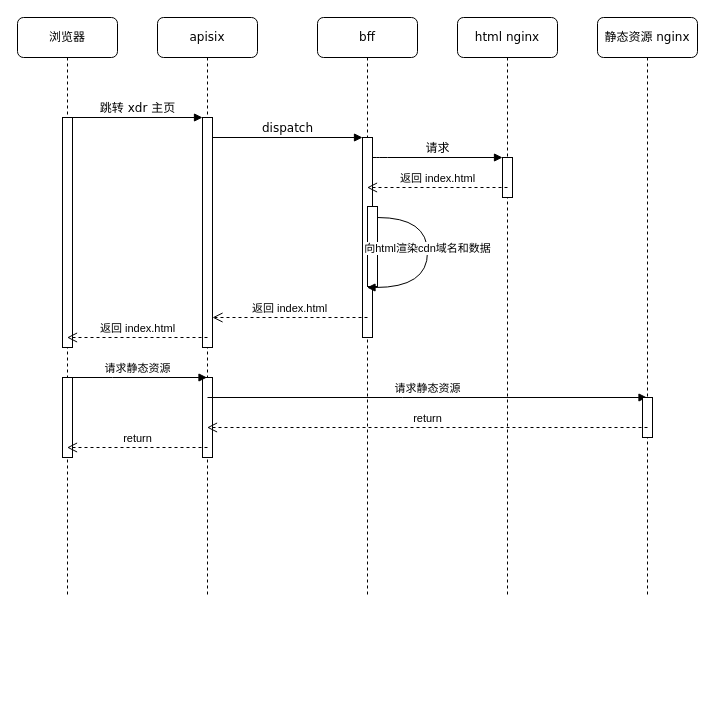
doukangtai/draw.io keeps this draw.io diagram as sxf-front-end-optimize-publish/saas dev 前端调用链路.drawio. Above is the earlier version. Source tidied: cells renumbered, new cells numbered last; positions are measured from the earlier drawing's top-left corner, leaving out a move shared by most shapes. Both pictures are drawn from the tidied source at 100%, with x=0, y=0 at pixel (17, 17).
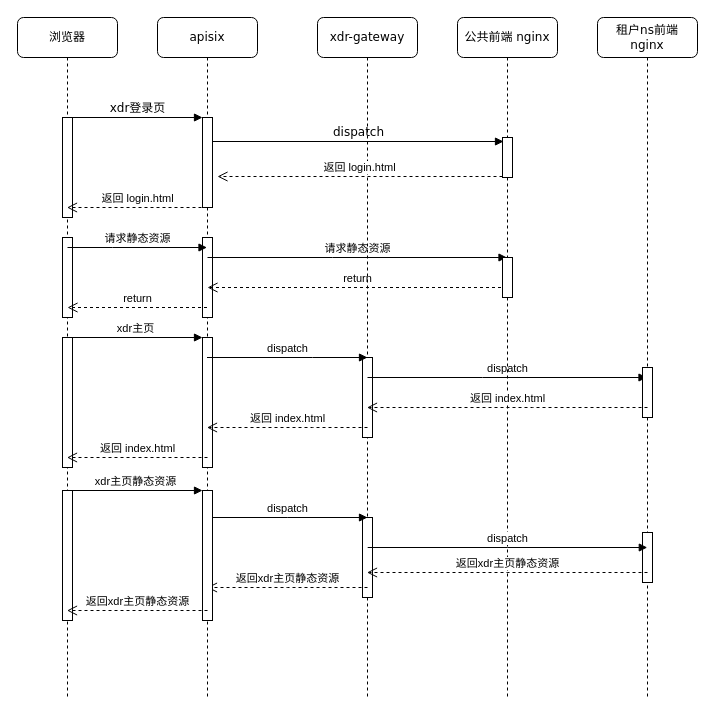
The same diagram, later.

Commit message:
V1更新saas dev 前端调用链路.drawio

What changed in the source:
```diff
@@
     <mxCell id="2" value="apisix" style="shape=umlLifeline;perimeter=lifelinePerimeter;whiteSpace=wrap;html=1;outlineConnect=0;rounded=1;shadow=0;comic=0;labelBackgroundColor=none;strokeWidth=1;fontFamily=Verdana;fontSize=12;align=center;" parent="1" vertex="1">
-      <mxGeometry x="140" width="100" height="580" as="geometry" />
+      <mxGeometry x="140" width="100" height="680" as="geometry" />
     </mxCell>
     <mxCell id="3" style="html=1;points=[];perimeter=orthogonalPerimeter;rounded=0;shadow=0;comic=0;labelBackgroundColor=none;strokeWidth=1;fontFamily=Verdana;fontSize=12;align=center;" parent="2" vertex="1">
-      <mxGeometry x="45" y="100" width="10" height="230" as="geometry" />
+      <mxGeometry x="45" y="100" width="10" height="90" as="geometry" />
     </mxCell>
-    <mxCell id="4" style="html=1;points=[];perimeter=orthogonalPerimeter;outlineConnect=0;targetShapes=umlLifeline;portConstraint=eastwest;newEdgeStyle={&quot;edgeStyle&quot;:&quot;elbowEdgeStyle&quot;,&quot;elbow&quot;:&quot;vertical&quot;,&quot;curved&quot;:0,&quot;rounded&quot;:0};" parent="2" vertex="1">
-      <mxGeometry x="45" y="360" width="10" height="80" as="geometry" />
-    </mxCell>
-    <mxCell id="5" value="请求静态资源" style="html=1;verticalAlign=bottom;endArrow=block;edgeStyle=elbowEdgeStyle;elbow=vertical;curved=0;rounded=0;" parent="2" edge="1" target="11">
-      <mxGeometry relative="1" as="geometry">
-        <mxPoint x="50" y="380" as="sourcePoint" />
-      </mxGeometry>
-    </mxCell>
+    <mxCell id="26" style="html=1;perimeter=orthogonalPerimeter;targetShapes=umlLifeline;newEdgeStyle={&quot;edgeStyle&quot;:&quot;elbowEdgeStyle&quot;,&quot;elbow&quot;:&quot;vertical&quot;,&quot;curved&quot;:0,&quot;rounded&quot;:0};" parent="2" vertex="1">
+      <mxGeometry x="45" y="220" width="10" height="80" as="geometry" />
+    </mxCell>
+    <mxCell id="27" value="请求静态资源" style="html=1;verticalAlign=bottom;endArrow=block;edgeStyle=elbowEdgeStyle;elbow=vertical;curved=0;rounded=0;" parent="2" edge="1" target="10">
+      <mxGeometry relative="1" as="geometry">
+        <mxPoint x="50" y="240" as="sourcePoint" />
+      </mxGeometry>
+    </mxCell>
+    <mxCell id="28" value="return" style="html=1;verticalAlign=bottom;endArrow=open;dashed=1;endSize=8;edgeStyle=elbowEdgeStyle;elbow=vertical;curved=0;rounded=0;" parent="2" edge="1" source="10">
+      <mxGeometry relative="1" as="geometry">
+        <mxPoint x="50" y="270" as="targetPoint" />
+      </mxGeometry>
+    </mxCell>
-    <mxCell id="6" value="bff" style="shape=umlLifeline;perimeter=lifelinePerimeter;whiteSpace=wrap;html=1;outlineConnect=0;rounded=1;shadow=0;comic=0;labelBackgroundColor=none;strokeWidth=1;fontFamily=Verdana;fontSize=12;align=center;" parent="1" vertex="1">
-      <mxGeometry x="300" width="100" height="580" as="geometry" />
+    <mxCell id="6" value="xdr-gateway" style="shape=umlLifeline;perimeter=lifelinePerimeter;whiteSpace=wrap;html=1;outlineConnect=0;rounded=1;shadow=0;comic=0;labelBackgroundColor=none;strokeWidth=1;fontFamily=Verdana;fontSize=12;align=center;" parent="1" vertex="1">
+      <mxGeometry x="300" width="100" height="680" as="geometry" />
     </mxCell>
-    <mxCell id="7" style="html=1;points=[];perimeter=orthogonalPerimeter;rounded=0;shadow=0;comic=0;labelBackgroundColor=none;strokeWidth=1;fontFamily=Verdana;fontSize=12;align=center;" parent="6" vertex="1">
-      <mxGeometry x="45" y="120" width="10" height="200" as="geometry" />
-    </mxCell>
-    <mxCell id="8" style="html=1;perimeter=orthogonalPerimeter;targetShapes=umlLifeline;newEdgeStyle={&quot;edgeStyle&quot;:&quot;elbowEdgeStyle&quot;,&quot;elbow&quot;:&quot;vertical&quot;,&quot;curved&quot;:0,&quot;rounded&quot;:0};" parent="6" vertex="1">
-      <mxGeometry x="50" y="189" width="10" height="80" as="geometry" />
-    </mxCell>
-    <mxCell id="9" value="向html渲染cdn域名和数据" style="html=1;verticalAlign=bottom;endArrow=block;edgeStyle=orthogonalEdgeStyle;elbow=vertical;curved=1;" parent="6" edge="1" target="6">
-      <mxGeometry relative="1" as="geometry">
-        <mxPoint x="60" y="200" as="sourcePoint" />
-        <Array as="points">
-          <mxPoint x="110" y="200" />
-          <mxPoint x="110" y="270" />
-        </Array>
-      </mxGeometry>
-    </mxCell>
+    <mxCell id="29" style="html=1;perimeter=orthogonalPerimeter;targetShapes=umlLifeline;newEdgeStyle={&quot;edgeStyle&quot;:&quot;elbowEdgeStyle&quot;,&quot;elbow&quot;:&quot;vertical&quot;,&quot;curved&quot;:0,&quot;rounded&quot;:0};" parent="6" vertex="1">
+      <mxGeometry x="45" y="340" width="10" height="80" as="geometry" />
+    </mxCell>
+    <mxCell id="30" value="dispatch" style="html=1;verticalAlign=bottom;endArrow=block;edgeStyle=elbowEdgeStyle;elbow=vertical;curved=0;rounded=0;" parent="6" edge="1" target="11">
+      <mxGeometry relative="1" as="geometry">
+        <mxPoint x="50" y="360" as="sourcePoint" />
+      </mxGeometry>
+    </mxCell>
+    <mxCell id="31" style="html=1;perimeter=orthogonalPerimeter;targetShapes=umlLifeline;newEdgeStyle={&quot;edgeStyle&quot;:&quot;elbowEdgeStyle&quot;,&quot;elbow&quot;:&quot;vertical&quot;,&quot;curved&quot;:0,&quot;rounded&quot;:0};" parent="6" vertex="1">
+      <mxGeometry x="45" y="500" width="10" height="80" as="geometry" />
+    </mxCell>
+    <mxCell id="32" value="dispatch" style="html=1;verticalAlign=bottom;endArrow=block;edgeStyle=elbowEdgeStyle;elbow=vertical;curved=0;rounded=0;" parent="6" edge="1">
+      <mxGeometry relative="1" as="geometry">
+        <mxPoint x="-110.5" y="500" as="sourcePoint" />
+        <mxPoint x="50" y="500" as="targetPoint" />
+      </mxGeometry>
+    </mxCell>
+    <mxCell id="33" value="返回xdr主页静态资源" style="html=1;verticalAlign=bottom;endArrow=open;dashed=1;endSize=8;edgeStyle=elbowEdgeStyle;elbow=vertical;curved=0;rounded=0;" parent="6" edge="1">
+      <mxGeometry relative="1" as="geometry">
+        <mxPoint x="50" y="570" as="sourcePoint" />
+        <mxPoint x="-110.5" y="570" as="targetPoint" />
+      </mxGeometry>
+    </mxCell>
-    <mxCell id="10" value="html nginx" style="shape=umlLifeline;perimeter=lifelinePerimeter;whiteSpace=wrap;html=1;outlineConnect=0;rounded=1;shadow=0;comic=0;labelBackgroundColor=none;strokeWidth=1;fontFamily=Verdana;fontSize=12;align=center;" parent="1" vertex="1">
-      <mxGeometry x="440" width="100" height="580" as="geometry" />
+    <mxCell id="10" value="公共前端 nginx" style="shape=umlLifeline;perimeter=lifelinePerimeter;whiteSpace=wrap;html=1;outlineConnect=0;rounded=1;shadow=0;comic=0;labelBackgroundColor=none;strokeWidth=1;fontFamily=Verdana;fontSize=12;align=center;" parent="1" vertex="1">
+      <mxGeometry x="440" width="100" height="680" as="geometry" />
     </mxCell>
+    <mxCell id="17" style="html=1;points=[];perimeter=orthogonalPerimeter;rounded=0;shadow=0;comic=0;labelBackgroundColor=none;strokeWidth=1;fontFamily=Verdana;fontSize=12;align=center;" parent="10" vertex="1">
+      <mxGeometry x="45" y="120" width="10" height="40" as="geometry" />
+    </mxCell>
+    <mxCell id="34" style="html=1;perimeter=orthogonalPerimeter;targetShapes=umlLifeline;newEdgeStyle={&quot;edgeStyle&quot;:&quot;elbowEdgeStyle&quot;,&quot;elbow&quot;:&quot;vertical&quot;,&quot;curved&quot;:0,&quot;rounded&quot;:0};" parent="10" vertex="1">
+      <mxGeometry x="45" y="240" width="10" height="40" as="geometry" />
+    </mxCell>
-    <mxCell id="11" value="静态资源 nginx" style="shape=umlLifeline;perimeter=lifelinePerimeter;whiteSpace=wrap;html=1;outlineConnect=0;rounded=1;shadow=0;comic=0;labelBackgroundColor=none;strokeWidth=1;fontFamily=Verdana;fontSize=12;align=center;" parent="1" vertex="1">
-      <mxGeometry x="580" width="100" height="580" as="geometry" />
+    <mxCell id="11" value="租户ns前端 nginx" style="shape=umlLifeline;perimeter=lifelinePerimeter;whiteSpace=wrap;html=1;outlineConnect=0;rounded=1;shadow=0;comic=0;labelBackgroundColor=none;strokeWidth=1;fontFamily=Verdana;fontSize=12;align=center;" parent="1" vertex="1">
+      <mxGeometry x="580" width="100" height="680" as="geometry" />
     </mxCell>
-    <mxCell id="12" style="html=1;perimeter=orthogonalPerimeter;targetShapes=umlLifeline;newEdgeStyle={&quot;edgeStyle&quot;:&quot;elbowEdgeStyle&quot;,&quot;elbow&quot;:&quot;vertical&quot;,&quot;curved&quot;:0,&quot;rounded&quot;:0};" parent="11" vertex="1">
-      <mxGeometry x="45" y="380" width="10" height="40" as="geometry" />
-    </mxCell>
+    <mxCell id="35" style="html=1;perimeter=orthogonalPerimeter;targetShapes=umlLifeline;newEdgeStyle={&quot;edgeStyle&quot;:&quot;elbowEdgeStyle&quot;,&quot;elbow&quot;:&quot;vertical&quot;,&quot;curved&quot;:0,&quot;rounded&quot;:0};" parent="11" vertex="1">
+      <mxGeometry x="45" y="350" width="10" height="50" as="geometry" />
+    </mxCell>
+    <mxCell id="36" style="html=1;perimeter=orthogonalPerimeter;targetShapes=umlLifeline;newEdgeStyle={&quot;edgeStyle&quot;:&quot;elbowEdgeStyle&quot;,&quot;elbow&quot;:&quot;vertical&quot;,&quot;curved&quot;:0,&quot;rounded&quot;:0};" parent="11" vertex="1">
+      <mxGeometry x="45" y="515" width="10" height="50" as="geometry" />
+    </mxCell>
+    <mxCell id="37" value="返回xdr主页静态资源" style="html=1;verticalAlign=bottom;endArrow=open;dashed=1;endSize=8;edgeStyle=elbowEdgeStyle;elbow=vertical;curved=0;rounded=0;" parent="11" edge="1">
+      <mxGeometry relative="1" as="geometry">
+        <mxPoint x="50" y="555" as="sourcePoint" />
+        <mxPoint x="-230.5" y="555" as="targetPoint" />
+      </mxGeometry>
+    </mxCell>
     <mxCell id="13" value="浏览器" style="shape=umlLifeline;perimeter=lifelinePerimeter;whiteSpace=wrap;html=1;outlineConnect=0;rounded=1;shadow=0;comic=0;labelBackgroundColor=none;strokeWidth=1;fontFamily=Verdana;fontSize=12;align=center;" parent="1" vertex="1">
-      <mxGeometry width="100" height="580" as="geometry" />
+      <mxGeometry width="100" height="680" as="geometry" />
     </mxCell>
     <mxCell id="14" style="html=1;points=[];perimeter=orthogonalPerimeter;rounded=0;shadow=0;comic=0;labelBackgroundColor=none;strokeWidth=1;fontFamily=Verdana;fontSize=12;align=center;" parent="13" vertex="1">
-      <mxGeometry x="45" y="100" width="10" height="230" as="geometry" />
+      <mxGeometry x="45" y="100" width="10" height="100" as="geometry" />
     </mxCell>
     <mxCell id="15" style="html=1;perimeter=orthogonalPerimeter;targetShapes=umlLifeline;newEdgeStyle={&quot;edgeStyle&quot;:&quot;elbowEdgeStyle&quot;,&quot;elbow&quot;:&quot;vertical&quot;,&quot;curved&quot;:0,&quot;rounded&quot;:0};" parent="13" vertex="1">
-      <mxGeometry x="45" y="360" width="10" height="80" as="geometry" />
+      <mxGeometry x="45" y="320" width="10" height="130" as="geometry" />
     </mxCell>
-    <mxCell id="16" value="请求静态资源" style="html=1;verticalAlign=bottom;endArrow=block;edgeStyle=elbowEdgeStyle;elbow=vertical;curved=0;rounded=0;" parent="13" edge="1" target="2">
-      <mxGeometry relative="1" as="geometry">
-        <mxPoint x="50" y="360" as="sourcePoint" />
-      </mxGeometry>
-    </mxCell>
-    <mxCell id="17" style="html=1;points=[];perimeter=orthogonalPerimeter;rounded=0;shadow=0;comic=0;labelBackgroundColor=none;strokeWidth=1;fontFamily=Verdana;fontSize=12;align=center;" parent="1" vertex="1">
-      <mxGeometry x="485" y="140" width="10" height="40" as="geometry" />
-    </mxCell>
-    <mxCell id="18" value="请求" style="html=1;verticalAlign=bottom;endArrow=block;labelBackgroundColor=none;fontFamily=Verdana;fontSize=12;edgeStyle=elbowEdgeStyle;elbow=vertical;" parent="1" edge="1" source="7" target="17">
-      <mxGeometry relative="1" as="geometry">
-        <Array as="points">
-          <mxPoint x="360" y="140" />
-        </Array>
-      </mxGeometry>
-    </mxCell>
+    <mxCell id="38" style="html=1;perimeter=orthogonalPerimeter;targetShapes=umlLifeline;newEdgeStyle={&quot;edgeStyle&quot;:&quot;elbowEdgeStyle&quot;,&quot;elbow&quot;:&quot;vertical&quot;,&quot;curved&quot;:0,&quot;rounded&quot;:0};" parent="13" vertex="1">
+      <mxGeometry x="45" y="220" width="10" height="80" as="geometry" />
+    </mxCell>
+    <mxCell id="39" value="请求静态资源" style="html=1;verticalAlign=bottom;endArrow=block;edgeStyle=elbowEdgeStyle;elbow=vertical;curved=0;rounded=0;" parent="13" edge="1" target="2">
+      <mxGeometry relative="1" as="geometry">
+        <mxPoint x="50" y="230" as="sourcePoint" />
+      </mxGeometry>
+    </mxCell>
+    <mxCell id="40" value="return" style="html=1;verticalAlign=bottom;endArrow=open;dashed=1;endSize=8;edgeStyle=elbowEdgeStyle;elbow=vertical;curved=0;rounded=0;" parent="13" edge="1" source="2">
+      <mxGeometry relative="1" as="geometry">
+        <mxPoint x="50" y="290" as="targetPoint" />
+      </mxGeometry>
+    </mxCell>
+    <mxCell id="4" style="html=1;points=[];perimeter=orthogonalPerimeter;outlineConnect=0;targetShapes=umlLifeline;portConstraint=eastwest;newEdgeStyle={&quot;edgeStyle&quot;:&quot;elbowEdgeStyle&quot;,&quot;elbow&quot;:&quot;vertical&quot;,&quot;curved&quot;:0,&quot;rounded&quot;:0};" parent="13" vertex="1">
+      <mxGeometry x="185" y="320" width="10" height="130" as="geometry" />
+    </mxCell>
+    <mxCell id="41" value="xdr主页" style="html=1;verticalAlign=bottom;endArrow=block;edgeStyle=elbowEdgeStyle;elbow=vertical;curved=0;rounded=0;" parent="13" edge="1" target="4">
+      <mxGeometry relative="1" as="geometry">
+        <mxPoint x="50" y="320" as="sourcePoint" />
+      </mxGeometry>
+    </mxCell>
-    <mxCell id="19" value="跳转 xdr 主页" style="html=1;verticalAlign=bottom;endArrow=block;entryX=0;entryY=0;labelBackgroundColor=none;fontFamily=Verdana;fontSize=12;edgeStyle=elbowEdgeStyle;elbow=vertical;" parent="1" edge="1" source="14" target="3">
+    <mxCell id="19" value="xdr登录页" style="html=1;verticalAlign=bottom;endArrow=block;entryX=0;entryY=0;labelBackgroundColor=none;fontFamily=Verdana;fontSize=12;edgeStyle=elbowEdgeStyle;elbow=vertical;" parent="1" edge="1" source="14" target="3">
       <mxGeometry relative="1" as="geometry" />
     </mxCell>
-    <mxCell id="20" value="dispatch" style="html=1;verticalAlign=bottom;endArrow=block;entryX=0;entryY=0;labelBackgroundColor=none;fontFamily=Verdana;fontSize=12;edgeStyle=elbowEdgeStyle;elbow=vertical;" parent="1" edge="1" source="3" target="7">
+    <mxCell id="20" value="dispatch" style="html=1;verticalAlign=bottom;endArrow=block;entryX=0.1;entryY=0.1;labelBackgroundColor=none;fontFamily=Verdana;fontSize=12;edgeStyle=elbowEdgeStyle;elbow=vertical;entryDx=0;entryDy=0;entryPerimeter=0;" parent="1" edge="1" source="3" target="17">
       <mxGeometry relative="1" as="geometry" />
     </mxCell>
-    <mxCell id="21" value="返回 index.html" style="html=1;verticalAlign=bottom;endArrow=open;dashed=1;endSize=8;edgeStyle=elbowEdgeStyle;elbow=vertical;curved=0;rounded=0;" parent="1" edge="1" target="6">
-      <mxGeometry relative="1" as="geometry">
-        <mxPoint x="490" y="170" as="sourcePoint" />
-      </mxGeometry>
-    </mxCell>
-    <mxCell id="22" value="返回 index.html" style="html=1;verticalAlign=bottom;endArrow=open;dashed=1;endSize=8;edgeStyle=elbowEdgeStyle;elbow=vertical;curved=0;rounded=0;" parent="1" edge="1" target="3">
-      <mxGeometry relative="1" as="geometry">
-        <mxPoint x="350" y="300" as="sourcePoint" />
-      </mxGeometry>
-    </mxCell>
-    <mxCell id="23" value="返回 index.html" style="html=1;verticalAlign=bottom;endArrow=open;dashed=1;endSize=8;edgeStyle=elbowEdgeStyle;elbow=vertical;curved=0;rounded=0;" parent="1" edge="1" target="13">
-      <mxGeometry relative="1" as="geometry">
-        <mxPoint x="190" y="320" as="sourcePoint" />
-      </mxGeometry>
-    </mxCell>
-    <mxCell id="24" value="return" style="html=1;verticalAlign=bottom;endArrow=open;dashed=1;endSize=8;edgeStyle=elbowEdgeStyle;elbow=vertical;curved=0;rounded=0;" parent="1" edge="1" target="2">
-      <mxGeometry relative="1" as="geometry">
-        <mxPoint x="630" y="410" as="sourcePoint" />
-      </mxGeometry>
-    </mxCell>
-    <mxCell id="25" value="return" style="html=1;verticalAlign=bottom;endArrow=open;dashed=1;endSize=8;edgeStyle=elbowEdgeStyle;elbow=vertical;curved=0;rounded=0;" parent="1" edge="1" target="13">
-      <mxGeometry relative="1" as="geometry">
-        <mxPoint x="190" y="430" as="sourcePoint" />
-      </mxGeometry>
-    </mxCell>
+    <mxCell id="42" value="返回 login.html" style="html=1;verticalAlign=bottom;endArrow=open;dashed=1;endSize=8;edgeStyle=elbowEdgeStyle;elbow=vertical;curved=0;rounded=0;" parent="1" edge="1" source="17">
+      <mxGeometry relative="1" as="geometry">
+        <mxPoint x="200" y="159" as="targetPoint" />
+      </mxGeometry>
+    </mxCell>
+    <mxCell id="43" value="返回 login.html" style="html=1;verticalAlign=bottom;endArrow=open;dashed=1;endSize=8;edgeStyle=elbowEdgeStyle;elbow=vertical;curved=0;rounded=0;" parent="1" edge="1" target="13">
+      <mxGeometry relative="1" as="geometry">
+        <mxPoint x="190" y="190" as="sourcePoint" />
+      </mxGeometry>
+    </mxCell>
+    <mxCell id="44" value="dispatch" style="html=1;verticalAlign=bottom;endArrow=block;edgeStyle=elbowEdgeStyle;elbow=vertical;curved=0;rounded=0;" parent="1" edge="1" source="2">
+      <mxGeometry relative="1" as="geometry">
+        <mxPoint x="350" y="340" as="targetPoint" />
+      </mxGeometry>
+    </mxCell>
+    <mxCell id="45" value="返回 index.html" style="html=1;verticalAlign=bottom;endArrow=open;dashed=1;endSize=8;edgeStyle=elbowEdgeStyle;elbow=vertical;curved=0;rounded=0;" parent="1" edge="1" target="6">
+      <mxGeometry relative="1" as="geometry">
+        <mxPoint x="630" y="390" as="sourcePoint" />
+      </mxGeometry>
+    </mxCell>
+    <mxCell id="46" value="返回 index.html" style="html=1;verticalAlign=bottom;endArrow=open;dashed=1;endSize=8;edgeStyle=elbowEdgeStyle;elbow=vertical;curved=0;rounded=0;" parent="1" edge="1" target="2">
+      <mxGeometry relative="1" as="geometry">
+        <mxPoint x="350" y="410" as="sourcePoint" />
+      </mxGeometry>
+    </mxCell>
+    <mxCell id="47" value="返回 index.html" style="html=1;verticalAlign=bottom;endArrow=open;dashed=1;endSize=8;edgeStyle=elbowEdgeStyle;elbow=vertical;curved=0;rounded=0;" parent="1" edge="1" target="13">
+      <mxGeometry relative="1" as="geometry">
+        <mxPoint x="190" y="440" as="sourcePoint" />
+      </mxGeometry>
+    </mxCell>
+    <mxCell id="48" style="html=1;perimeter=orthogonalPerimeter;targetShapes=umlLifeline;newEdgeStyle={&quot;edgeStyle&quot;:&quot;elbowEdgeStyle&quot;,&quot;elbow&quot;:&quot;vertical&quot;,&quot;curved&quot;:0,&quot;rounded&quot;:0};" parent="1" vertex="1">
+      <mxGeometry x="45" y="473" width="10" height="130" as="geometry" />
+    </mxCell>
+    <mxCell id="49" style="html=1;points=[];perimeter=orthogonalPerimeter;outlineConnect=0;targetShapes=umlLifeline;portConstraint=eastwest;newEdgeStyle={&quot;edgeStyle&quot;:&quot;elbowEdgeStyle&quot;,&quot;elbow&quot;:&quot;vertical&quot;,&quot;curved&quot;:0,&quot;rounded&quot;:0};" parent="1" vertex="1">
+      <mxGeometry x="185" y="473" width="10" height="130" as="geometry" />
+    </mxCell>
+    <mxCell id="50" value="xdr主页静态资源" style="html=1;verticalAlign=bottom;endArrow=block;edgeStyle=elbowEdgeStyle;elbow=vertical;curved=0;rounded=0;" parent="1" edge="1" target="49">
+      <mxGeometry relative="1" as="geometry">
+        <mxPoint x="50" y="473" as="sourcePoint" />
+      </mxGeometry>
+    </mxCell>
+    <mxCell id="51" value="返回xdr主页静态资源" style="html=1;verticalAlign=bottom;endArrow=open;dashed=1;endSize=8;edgeStyle=elbowEdgeStyle;elbow=vertical;curved=0;rounded=0;" parent="1" edge="1">
+      <mxGeometry relative="1" as="geometry">
+        <mxPoint x="190" y="593" as="sourcePoint" />
+        <mxPoint x="49.5" y="593" as="targetPoint" />
+      </mxGeometry>
+    </mxCell>
+    <mxCell id="52" value="dispatch" style="html=1;verticalAlign=bottom;endArrow=block;edgeStyle=elbowEdgeStyle;elbow=vertical;curved=0;rounded=0;" parent="1" edge="1">
+      <mxGeometry relative="1" as="geometry">
+        <mxPoint x="350.2" y="530" as="sourcePoint" />
+        <mxPoint x="629.8" y="530" as="targetPoint" />
+      </mxGeometry>
+    </mxCell>
```
